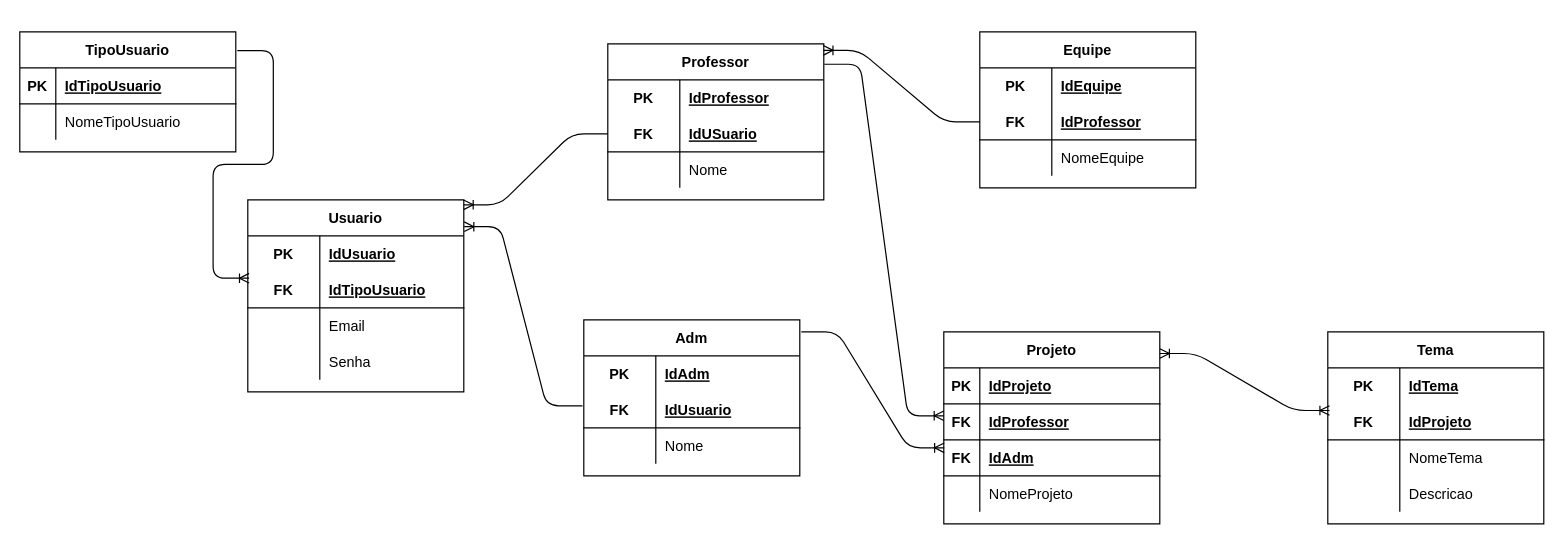
The draw.io diagram page "Modelo Lógico" (2 of 2) of Modelagens/Roman_Modelagens.drawio in JoVi0li/Roman, before the edit. Source tidied: cells renumbered, new cells numbered last; positions are measured from the earlier drawing's top-left corner, leaving out a move shared by most shapes. Both pictures are drawn from the tidied source at 120%, with x=0, y=0 at pixel (19, 31).
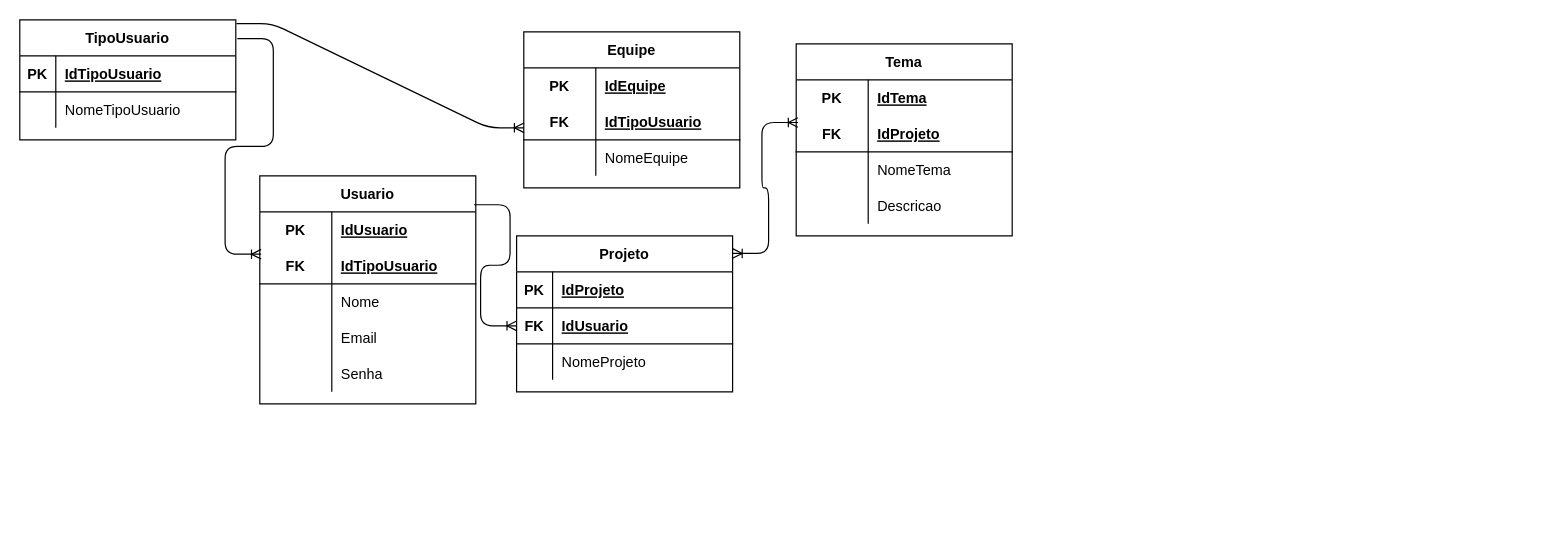
The same page after the edit.

Commit message (it also covers changes not shown here):
modelagens e Scripts com

The change refers to these unchanged cells:
```xml
<mxCell id="16" style="shape=partialRectangle;fillColor=none;top=0;left=0;bottom=0;right=0;" parent="9" vertex="1">
  <mxGeometry y="90" width="180" height="30" as="geometry" />
</mxCell>
<mxCell id="19" style="shape=partialRectangle;fillColor=none;top=0;left=0;bottom=0;right=0;" parent="9" vertex="1">
  <mxGeometry y="120" width="180" height="30" as="geometry" />
</mxCell>
<mxCell id="26" style="shape=partialRectangle;fillColor=none;top=0;left=0;bottom=1;right=0;points=[[0,0.5],[1,0.5]];portConstraint=eastwest;" parent="22" vertex="1">
  <mxGeometry y="60" width="180" height="30" as="geometry" />
</mxCell>
<mxCell id="39" style="shape=partialRectangle;fillColor=none;top=0;left=0;bottom=1;right=0;points=[[0,0.5],[1,0.5]];portConstraint=eastwest;" parent="35" vertex="1">
  <mxGeometry y="60" width="180" height="30" as="geometry" />
</mxCell>
```

What changed in the source:
```diff
@@
     <mxCell id="2" value="TipoUsuario" style="shape=table;startSize=30;childLayout=tableLayout;rowLines=0;fontStyle=1;align=center;" parent="1" vertex="1">
-      <mxGeometry width="180" height="100" as="geometry" />
+      <mxGeometry y="-10" width="180" height="100" as="geometry" />
     </mxCell>
@@
     <mxCell id="9" value="Usuario" style="shape=table;startSize=30;childLayout=tableLayout;rowLines=0;fontStyle=1;align=center;" parent="1" vertex="1">
-      <mxGeometry x="190" y="140" width="180" height="160" as="geometry" />
+      <mxGeometry x="200" y="120" width="180" height="190" as="geometry" />
     </mxCell>
@@
-    <mxCell id="18" value="Email" style="shape=partialRectangle;fillColor=none;top=0;left=0;bottom=0;right=0;align=left;spacingLeft=6;overflow=hidden;" parent="16" vertex="1">
+    <mxCell id="18" value="Nome" style="shape=partialRectangle;fillColor=none;top=0;left=0;bottom=0;right=0;align=left;spacingLeft=6;overflow=hidden;" parent="16" vertex="1">
       <mxGeometry x="60" width="120" height="30" as="geometry" />
     </mxCell>
@@
-    <mxCell id="21" value="Senha" style="shape=partialRectangle;fillColor=none;top=0;left=0;bottom=0;right=0;align=left;spacingLeft=6;overflow=hidden;" parent="19" vertex="1">
+    <mxCell id="21" value="Email" style="shape=partialRectangle;fillColor=none;top=0;left=0;bottom=0;right=0;align=left;spacingLeft=6;overflow=hidden;" parent="19" vertex="1">
       <mxGeometry x="60" width="120" height="30" as="geometry" />
     </mxCell>
+    <mxCell id="85" style="shape=partialRectangle;fillColor=none;top=0;left=0;bottom=0;right=0;" parent="9" vertex="1">
+      <mxGeometry y="150" width="180" height="30" as="geometry" />
+    </mxCell>
+    <mxCell id="86" style="shape=partialRectangle;fillColor=none;top=0;left=0;bottom=0;right=0;overflow=hidden;" parent="85" vertex="1">
+      <mxGeometry width="60" height="30" as="geometry" />
+    </mxCell>
+    <mxCell id="87" value="Senha" style="shape=partialRectangle;fillColor=none;top=0;left=0;bottom=0;right=0;align=left;spacingLeft=6;overflow=hidden;" parent="85" vertex="1">
+      <mxGeometry x="60" width="120" height="30" as="geometry" />
+    </mxCell>
     <mxCell id="22" value="Projeto" style="shape=table;startSize=30;childLayout=tableLayout;rowLines=0;fontStyle=1;align=center;" parent="1" vertex="1">
-      <mxGeometry x="770" y="250" width="180" height="160" as="geometry" />
+      <mxGeometry x="414" y="170" width="180" height="130" as="geometry" />
     </mxCell>
@@
-    <mxCell id="28" value="IdProfessor" style="shape=partialRectangle;fillColor=none;top=0;left=0;bottom=0;right=0;align=left;spacingLeft=6;fontStyle=5;overflow=hidden;" parent="26" vertex="1">
+    <mxCell id="28" value="IdUsuario" style="shape=partialRectangle;fillColor=none;top=0;left=0;bottom=0;right=0;align=left;spacingLeft=6;fontStyle=5;overflow=hidden;" parent="26" vertex="1">
       <mxGeometry x="30" width="150" height="30" as="geometry" />
     </mxCell>
-    <mxCell id="29" style="shape=partialRectangle;fillColor=none;top=0;left=0;bottom=1;right=0;points=[[0,0.5],[1,0.5]];portConstraint=eastwest;" parent="22" vertex="1">
-      <mxGeometry y="90" width="180" height="30" as="geometry" />
-    </mxCell>
-    <mxCell id="30" value="FK" style="shape=partialRectangle;fillColor=none;top=0;left=0;bottom=0;right=0;fontStyle=1;overflow=hidden;" parent="29" vertex="1">
-      <mxGeometry width="30" height="30" as="geometry" />
-    </mxCell>
-    <mxCell id="31" value="IdAdm" style="shape=partialRectangle;fillColor=none;top=0;left=0;bottom=0;right=0;align=left;spacingLeft=6;fontStyle=5;overflow=hidden;" parent="29" vertex="1">
-      <mxGeometry x="30" width="150" height="30" as="geometry" />
-    </mxCell>
     <mxCell id="32" style="shape=partialRectangle;fillColor=none;top=0;left=0;bottom=0;right=0;" parent="22" vertex="1">
-      <mxGeometry y="120" width="180" height="30" as="geometry" />
+      <mxGeometry y="90" width="180" height="30" as="geometry" />
     </mxCell>
@@
     <mxCell id="35" value="Equipe" style="shape=table;startSize=30;childLayout=tableLayout;rowLines=0;fontStyle=1;align=center;" parent="1" vertex="1">
-      <mxGeometry x="800" width="180" height="130" as="geometry" />
+      <mxGeometry x="420" width="180" height="130" as="geometry" />
     </mxCell>
@@
-    <mxCell id="41" value="IdProfessor" style="shape=partialRectangle;fillColor=none;top=0;left=0;bottom=0;right=0;align=left;spacingLeft=6;fontStyle=5;overflow=hidden;" parent="39" vertex="1">
+    <mxCell id="41" value="IdTipoUsuario" style="shape=partialRectangle;fillColor=none;top=0;left=0;bottom=0;right=0;align=left;spacingLeft=6;fontStyle=5;overflow=hidden;" parent="39" vertex="1">
       <mxGeometry x="60" width="120" height="30" as="geometry" />
     </mxCell>
@@
-    <mxCell id="45" value="Adm" style="shape=table;startSize=30;childLayout=tableLayout;rowLines=0;fontStyle=1;align=center;" parent="1" vertex="1">
-      <mxGeometry x="470" y="240" width="180" height="130" as="geometry" />
-    </mxCell>
-    <mxCell id="46" style="shape=partialRectangle;fillColor=none;top=0;left=0;bottom=0;right=0;" parent="45" vertex="1">
-      <mxGeometry y="30" width="180" height="30" as="geometry" />
-    </mxCell>
-    <mxCell id="47" value="PK" style="shape=partialRectangle;fillColor=none;top=0;left=0;bottom=0;right=0;fontStyle=1;overflow=hidden;" parent="46" vertex="1">
-      <mxGeometry width="60" height="30" as="geometry" />
-    </mxCell>
-    <mxCell id="48" value="IdAdm" style="shape=partialRectangle;fillColor=none;top=0;left=0;bottom=0;right=0;align=left;spacingLeft=6;fontStyle=5;overflow=hidden;" parent="46" vertex="1">
-      <mxGeometry x="60" width="120" height="30" as="geometry" />
-    </mxCell>
-    <mxCell id="49" style="shape=partialRectangle;fillColor=none;top=0;left=0;bottom=1;right=0;points=[[0,0.5],[1,0.5]];portConstraint=eastwest;" parent="45" vertex="1">
-      <mxGeometry y="60" width="180" height="30" as="geometry" />
-    </mxCell>
-    <mxCell id="50" value="FK" style="shape=partialRectangle;fillColor=none;top=0;left=0;bottom=0;right=0;fontStyle=1;overflow=hidden;" parent="49" vertex="1">
-      <mxGeometry width="60" height="30" as="geometry" />
-    </mxCell>
-    <mxCell id="51" value="IdUsuario" style="shape=partialRectangle;fillColor=none;top=0;left=0;bottom=0;right=0;align=left;spacingLeft=6;fontStyle=5;overflow=hidden;" parent="49" vertex="1">
-      <mxGeometry x="60" width="120" height="30" as="geometry" />
-    </mxCell>
-    <mxCell id="52" style="shape=partialRectangle;fillColor=none;top=0;left=0;bottom=0;right=0;" parent="45" vertex="1">
-      <mxGeometry y="90" width="180" height="30" as="geometry" />
-    </mxCell>
-    <mxCell id="53" style="shape=partialRectangle;fillColor=none;top=0;left=0;bottom=0;right=0;overflow=hidden;" parent="52" vertex="1">
-      <mxGeometry width="60" height="30" as="geometry" />
-    </mxCell>
-    <mxCell id="54" value="Nome" style="shape=partialRectangle;fillColor=none;top=0;left=0;bottom=0;right=0;align=left;spacingLeft=6;overflow=hidden;" parent="52" vertex="1">
-      <mxGeometry x="60" width="120" height="30" as="geometry" />
-    </mxCell>
-    <mxCell id="55" value="Professor" style="shape=table;startSize=30;childLayout=tableLayout;rowLines=0;fontStyle=1;align=center;" parent="1" vertex="1">
-      <mxGeometry x="490" y="10" width="180" height="130" as="geometry" />
-    </mxCell>
-    <mxCell id="56" style="shape=partialRectangle;fillColor=none;top=0;left=0;bottom=0;right=0;" parent="55" vertex="1">
-      <mxGeometry y="30" width="180" height="30" as="geometry" />
-    </mxCell>
-    <mxCell id="57" value="PK" style="shape=partialRectangle;fillColor=none;top=0;left=0;bottom=0;right=0;fontStyle=1;overflow=hidden;" parent="56" vertex="1">
-      <mxGeometry width="60" height="30" as="geometry" />
-    </mxCell>
-    <mxCell id="58" value="IdProfessor" style="shape=partialRectangle;fillColor=none;top=0;left=0;bottom=0;right=0;align=left;spacingLeft=6;fontStyle=5;overflow=hidden;" parent="56" vertex="1">
-      <mxGeometry x="60" width="120" height="30" as="geometry" />
-    </mxCell>
-    <mxCell id="59" style="shape=partialRectangle;fillColor=none;top=0;left=0;bottom=1;right=0;points=[[0,0.5],[1,0.5]];portConstraint=eastwest;" parent="55" vertex="1">
-      <mxGeometry y="60" width="180" height="30" as="geometry" />
-    </mxCell>
-    <mxCell id="60" value="FK" style="shape=partialRectangle;fillColor=none;top=0;left=0;bottom=0;right=0;fontStyle=1;overflow=hidden;" parent="59" vertex="1">
-      <mxGeometry width="60" height="30" as="geometry" />
-    </mxCell>
-    <mxCell id="61" value="IdUSuario" style="shape=partialRectangle;fillColor=none;top=0;left=0;bottom=0;right=0;align=left;spacingLeft=6;fontStyle=5;overflow=hidden;" parent="59" vertex="1">
-      <mxGeometry x="60" width="120" height="30" as="geometry" />
-    </mxCell>
-    <mxCell id="62" style="shape=partialRectangle;fillColor=none;top=0;left=0;bottom=0;right=0;" parent="55" vertex="1">
-      <mxGeometry y="90" width="180" height="30" as="geometry" />
-    </mxCell>
-    <mxCell id="63" style="shape=partialRectangle;fillColor=none;top=0;left=0;bottom=0;right=0;overflow=hidden;" parent="62" vertex="1">
-      <mxGeometry width="60" height="30" as="geometry" />
-    </mxCell>
-    <mxCell id="64" value="Nome" style="shape=partialRectangle;fillColor=none;top=0;left=0;bottom=0;right=0;align=left;spacingLeft=6;overflow=hidden;" parent="62" vertex="1">
-      <mxGeometry x="60" width="120" height="30" as="geometry" />
-    </mxCell>
@@
-    <mxCell id="66" style="edgeStyle=entityRelationEdgeStyle;fontSize=12;html=1;endArrow=ERoneToMany;exitX=0;exitY=0.5;exitDx=0;exitDy=0;entryX=0.999;entryY=0.026;entryDx=0;entryDy=0;entryPerimeter=0;" parent="1" edge="1" source="59" target="9">
-      <mxGeometry relative="1" as="geometry" />
-    </mxCell>
-    <mxCell id="67" style="edgeStyle=entityRelationEdgeStyle;fontSize=12;html=1;endArrow=ERoneToMany;entryX=1.002;entryY=0.14;entryDx=0;entryDy=0;entryPerimeter=0;exitX=-0.006;exitY=0.389;exitDx=0;exitDy=0;exitPerimeter=0;" parent="1" edge="1" source="49" target="9">
-      <mxGeometry relative="1" as="geometry" />
-    </mxCell>
-    <mxCell id="68" style="edgeStyle=entityRelationEdgeStyle;fontSize=12;html=1;endArrow=ERoneToMany;entryX=0;entryY=0.333;entryDx=0;entryDy=0;entryPerimeter=0;exitX=1.002;exitY=0.131;exitDx=0;exitDy=0;exitPerimeter=0;" parent="1" edge="1" source="55" target="26">
-      <mxGeometry relative="1" as="geometry" />
-    </mxCell>
-    <mxCell id="69" style="edgeStyle=entityRelationEdgeStyle;fontSize=12;html=1;endArrow=ERoneToMany;entryX=0.002;entryY=0.223;entryDx=0;entryDy=0;entryPerimeter=0;exitX=1.007;exitY=0.077;exitDx=0;exitDy=0;exitPerimeter=0;" parent="1" edge="1" source="45" target="29">
-      <mxGeometry relative="1" as="geometry" />
-    </mxCell>
     <mxCell id="70" value="Tema" style="shape=table;startSize=30;childLayout=tableLayout;rowLines=0;fontStyle=1;align=center;" parent="1" vertex="1">
-      <mxGeometry x="1090" y="250" width="180" height="160" as="geometry" />
+      <mxGeometry x="647" y="10" width="180" height="160" as="geometry" />
     </mxCell>
@@
-    <mxCell id="84" style="edgeStyle=entityRelationEdgeStyle;fontSize=12;html=1;endArrow=ERoneToMany;entryX=0.998;entryY=0.042;entryDx=0;entryDy=0;exitX=0;exitY=0.5;exitDx=0;exitDy=0;entryPerimeter=0;" parent="1" edge="1" source="39" target="55">
-      <mxGeometry relative="1" as="geometry" />
-    </mxCell>
+    <mxCell id="88" style="edgeStyle=entityRelationEdgeStyle;fontSize=12;html=1;endArrow=ERoneToMany;entryX=0.001;entryY=0.667;entryDx=0;entryDy=0;entryPerimeter=0;exitX=1.003;exitY=0.032;exitDx=0;exitDy=0;exitPerimeter=0;" parent="1" edge="1" source="2" target="39">
+      <mxGeometry relative="1" as="geometry" />
+    </mxCell>
+    <mxCell id="89" style="edgeStyle=entityRelationEdgeStyle;fontSize=12;html=1;endArrow=ERoneToMany;exitX=0.992;exitY=0.127;exitDx=0;exitDy=0;exitPerimeter=0;entryX=0;entryY=0.5;entryDx=0;entryDy=0;" parent="1" edge="1" source="9" target="26">
+      <mxGeometry relative="1" as="geometry" />
+    </mxCell>
```
